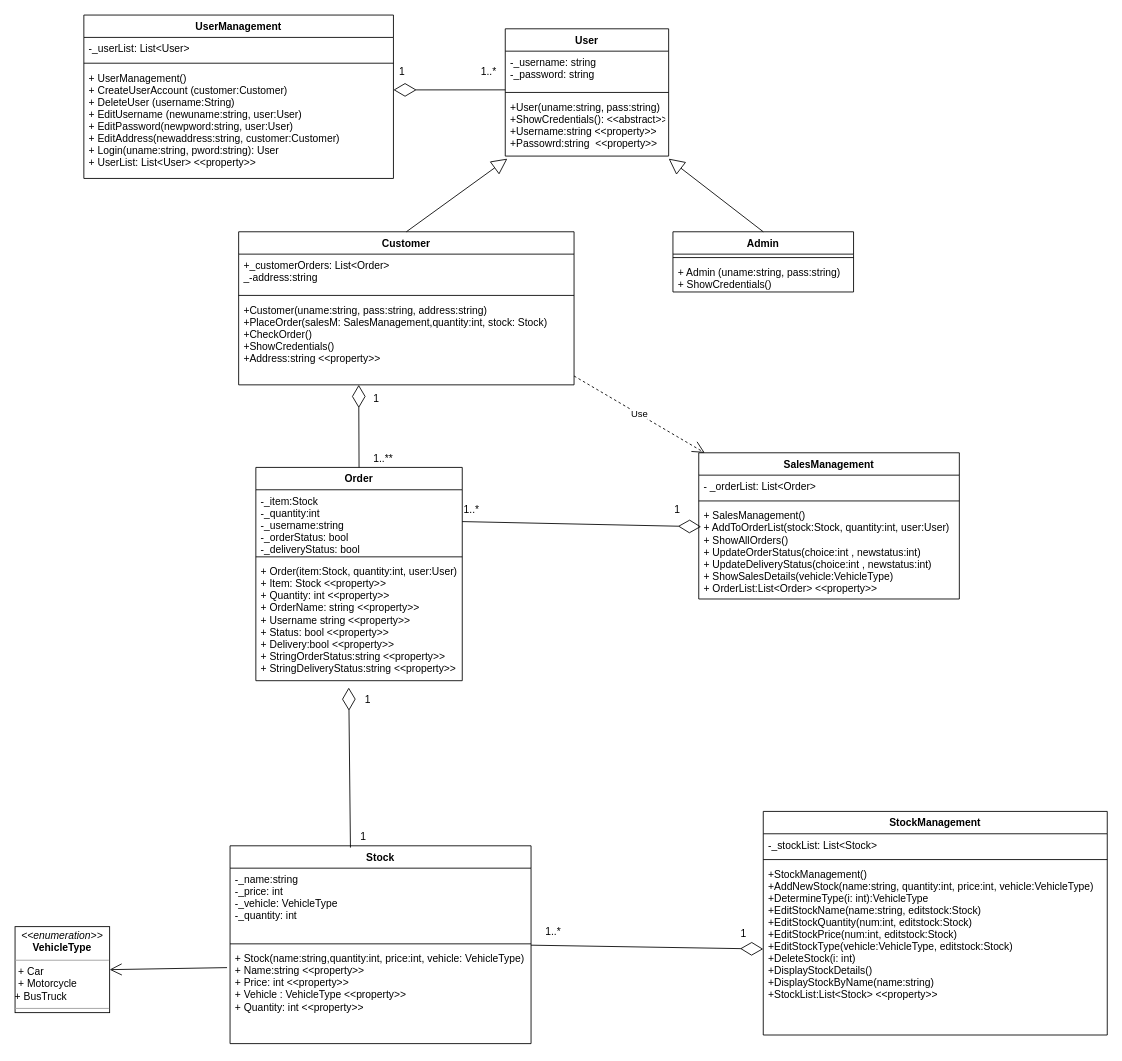
This is PassTask13.drawio from LastMinuteBanter/DistinctionTaskUML, a draw.io file, before an edit. Source tidied: cells renumbered, new cells numbered last; positions are measured from the earlier drawing's top-left corner, leaving out a move shared by most shapes. Both pictures are drawn from the tidied source at 86%, with x=0, y=0 at pixel (15, 15).
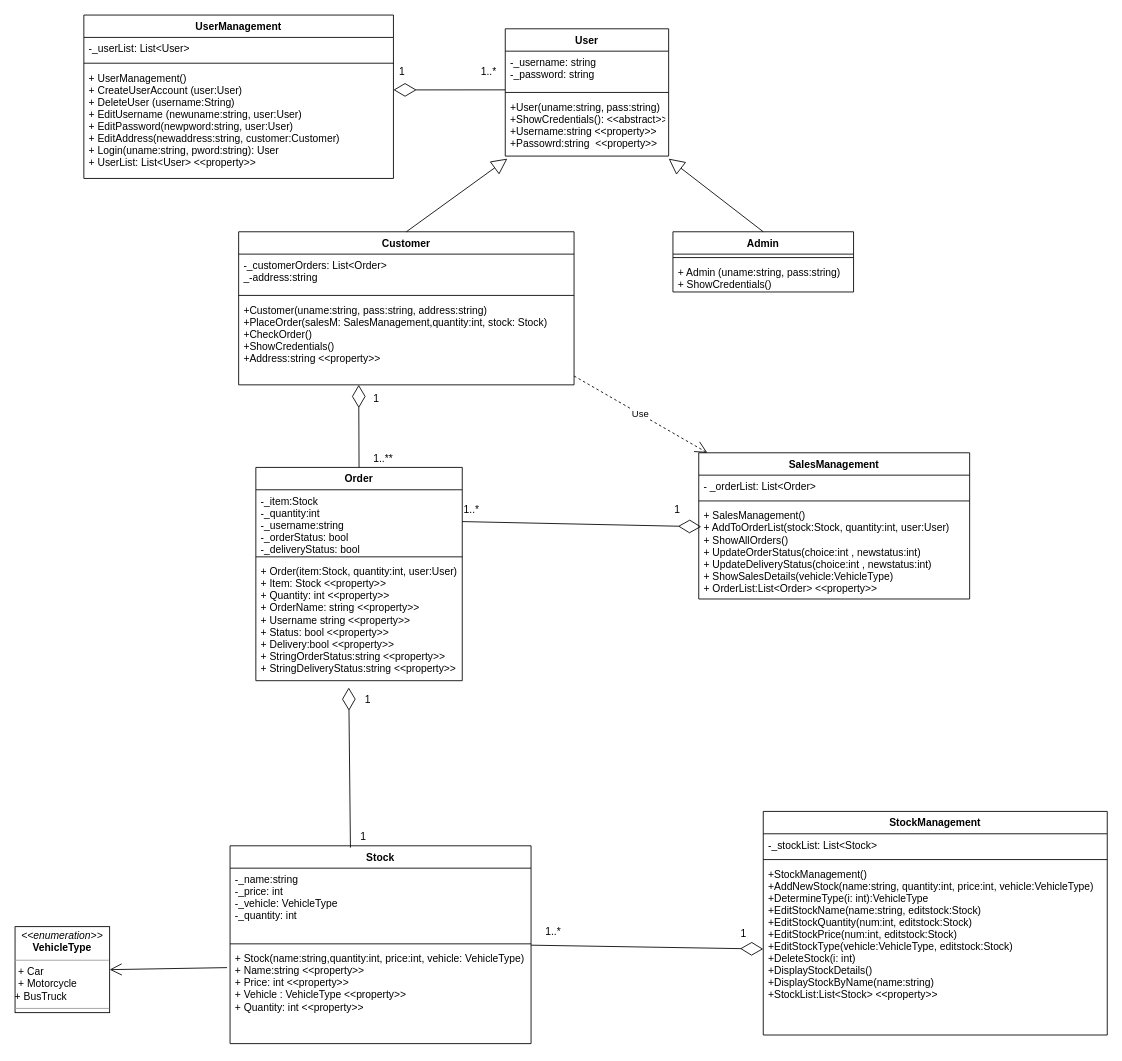
After the change.

Unchanged cells that the change refers to:
```xml
<mxCell id="2" value="UserManagement" style="swimlane;fontStyle=1;align=center;verticalAlign=top;horizontal=1;startSize=26;" parent="1" vertex="1">
  <mxGeometry x="80" width="360" height="190" as="geometry" />
</mxCell>
<mxCell id="10" value="Customer" style="swimlane;fontStyle=1;align=center;verticalAlign=top;horizontal=1;startSize=26;" parent="1" vertex="1">
  <mxGeometry x="260" y="252" width="390" height="178" as="geometry" />
</mxCell>
```

Change to the diagram source:
```diff
@@
-    <mxCell id="5" value="+ UserManagement()&#10;+ CreateUserAccount (customer:Customer)&#10;+ DeleteUser (username:String)&#10;+ EditUsername (newuname:string, user:User)&#10;+ EditPassword(newpword:string, user:User)&#10;+ EditAddress(newaddress:string, customer:Customer)&#10;+ Login(uname:string, pword:string): User&#10;+ UserList: List&lt;User&gt; &lt;&lt;property&gt;&gt;&#10;&#10;&#10;" style="text;strokeColor=none;fillColor=none;align=left;verticalAlign=top;spacingLeft=4;spacingRight=4;overflow=hidden;points=[[0,0.5],[1,0.5]];portConstraint=eastwest;" parent="2" vertex="1">
+    <mxCell id="5" value="+ UserManagement()&#10;+ CreateUserAccount (user:User)&#10;+ DeleteUser (username:String)&#10;+ EditUsername (newuname:string, user:User)&#10;+ EditPassword(newpword:string, user:User)&#10;+ EditAddress(newaddress:string, customer:Customer)&#10;+ Login(uname:string, pword:string): User&#10;+ UserList: List&lt;User&gt; &lt;&lt;property&gt;&gt;&#10;&#10;&#10;" style="text;strokeColor=none;fillColor=none;align=left;verticalAlign=top;spacingLeft=4;spacingRight=4;overflow=hidden;points=[[0,0.5],[1,0.5]];portConstraint=eastwest;" parent="2" vertex="1">
       <mxGeometry y="60" width="360" height="130" as="geometry" />
     </mxCell>
@@
-    <mxCell id="11" value="+_customerOrders: List&lt;Order&gt;&#10;_-address:string&#10;" style="text;strokeColor=none;fillColor=none;align=left;verticalAlign=top;spacingLeft=4;spacingRight=4;overflow=hidden;" parent="10" vertex="1">
+    <mxCell id="11" value="-_customerOrders: List&lt;Order&gt;&#10;_-address:string&#10;" style="text;strokeColor=none;fillColor=none;align=left;verticalAlign=top;spacingLeft=4;spacingRight=4;overflow=hidden;" parent="10" vertex="1">
       <mxGeometry y="26" width="390" height="44" as="geometry" />
     </mxCell>
@@
     <mxCell id="21" value="SalesManagement" style="swimlane;fontStyle=1;align=center;verticalAlign=top;horizontal=1;startSize=26;" parent="1" vertex="1">
-      <mxGeometry x="795" y="509" width="303" height="170" as="geometry" />
+      <mxGeometry x="795" y="509" width="315" height="170" as="geometry" />
     </mxCell>
     <mxCell id="22" value="- _orderList: List&lt;Order&gt;" style="text;strokeColor=none;fillColor=none;align=left;verticalAlign=top;spacingLeft=4;spacingRight=4;overflow=hidden;" parent="21" vertex="1">
-      <mxGeometry y="26" width="303" height="26" as="geometry" />
+      <mxGeometry y="26" width="315" height="26" as="geometry" />
     </mxCell>
     <mxCell id="23" style="line;strokeWidth=1;fillColor=none;align=left;verticalAlign=middle;spacingTop=-1;spacingLeft=3;spacingRight=3;labelPosition=right;" parent="21" vertex="1">
-      <mxGeometry y="52" width="303" height="8" as="geometry" />
+      <mxGeometry y="52" width="315" height="8" as="geometry" />
     </mxCell>
     <mxCell id="24" value="+ SalesManagement()&#10;+ AddToOrderList(stock:Stock, quantity:int, user:User)&#10;+ ShowAllOrders()&#10;+ UpdateOrderStatus(choice:int , newstatus:int)&#10;+ UpdateDeliveryStatus(choice:int , newstatus:int)&#10;+ ShowSalesDetails(vehicle:VehicleType)&#10;+ OrderList:List&lt;Order&gt; &lt;&lt;property&gt;&gt;&#10;&#10;&#10;&#10;" style="text;strokeColor=none;fillColor=none;align=left;verticalAlign=top;spacingLeft=4;spacingRight=4;overflow=hidden;points=[[0,0.5],[1,0.5]];portConstraint=eastwest;" parent="21" vertex="1">
-      <mxGeometry y="60" width="303" height="110" as="geometry" />
+      <mxGeometry y="60" width="315" height="110" as="geometry" />
     </mxCell>
```
